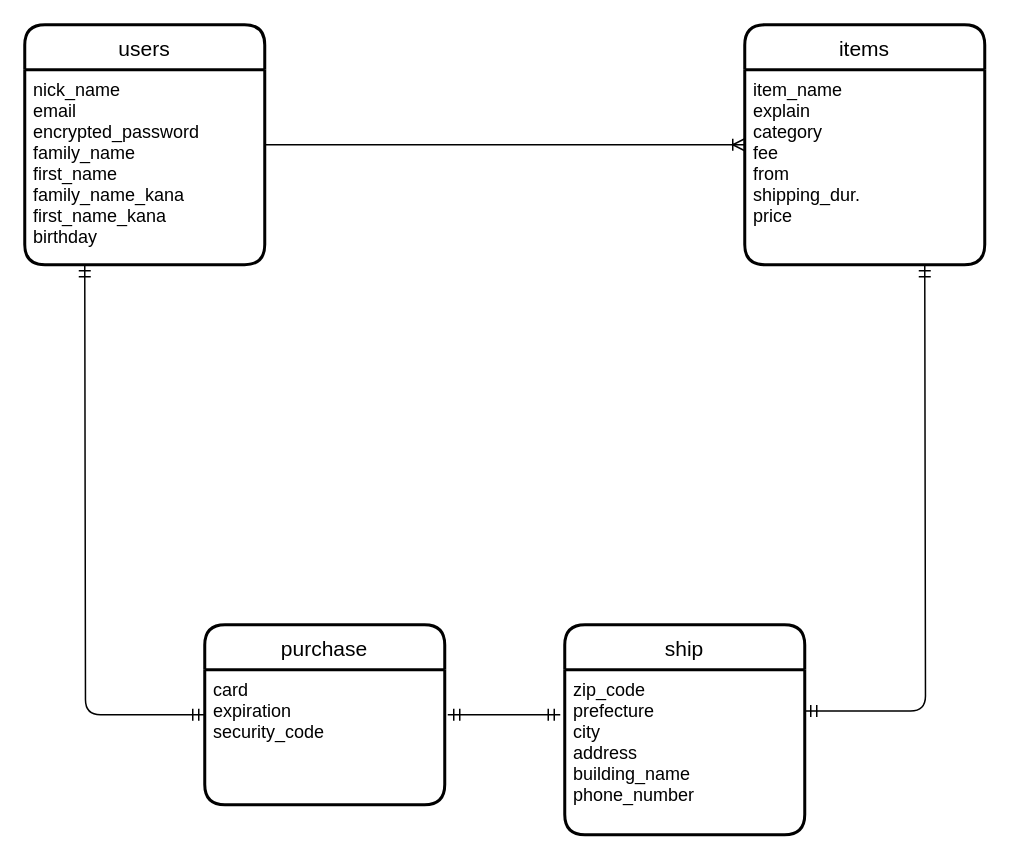
Earlier version of the draw.io diagram ERmap.drawio (MITSURUYAMAZAKI/furima-33064). Source tidied: cells renumbered, new cells numbered last; positions are measured from the earlier drawing's top-left corner, leaving out a move shared by most shapes. Both pictures are drawn from the tidied source at 150%, with x=0, y=0 at pixel (24, 24).
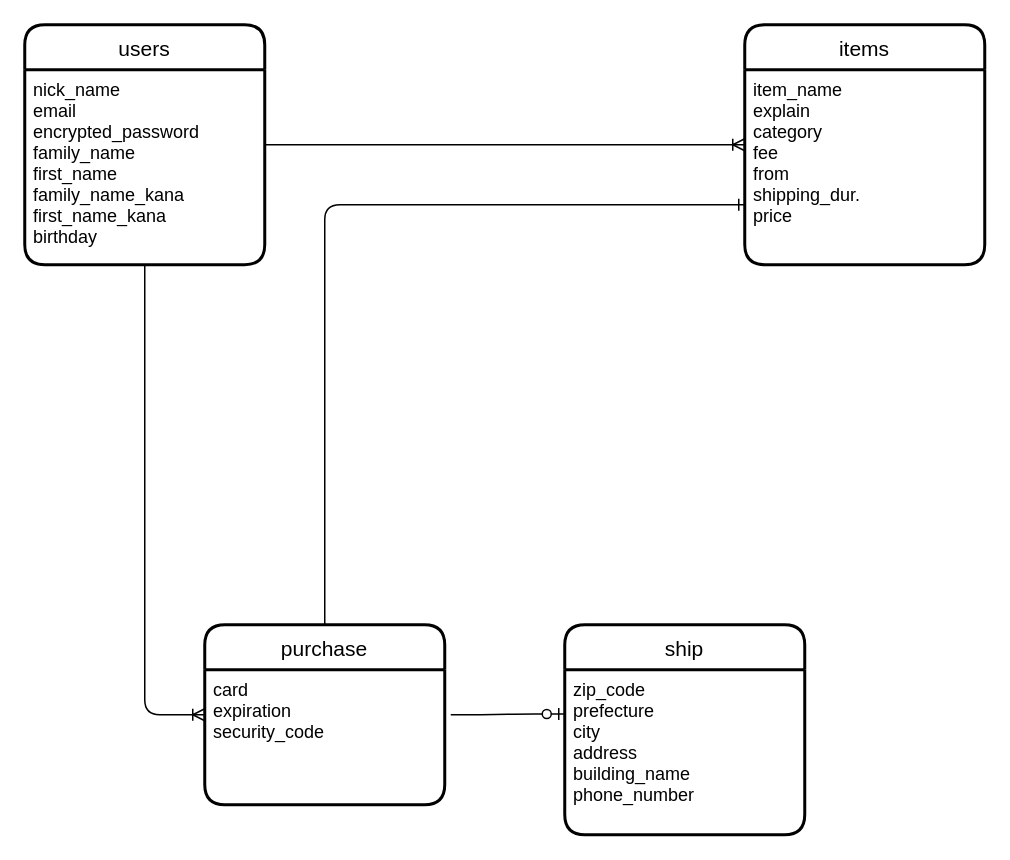
Above is the later version.

Commit message:
データーベースの設計（修正２）

Change to the diagram source:
```diff
@@
 <mxGraphModel>
   <root>
     <mxCell id="0" />
     <mxCell id="1" parent="0" />
     <mxCell id="2" value="users" style="swimlane;horizontal=1;startSize=30;rounded=1;fontSize=14;fontStyle=0;strokeWidth=2;shadow=0;dashed=0;align=center;fillColor=none;gradientColor=none;" parent="1" vertex="1">
       <mxGeometry width="160" height="160" as="geometry" />
     </mxCell>
     <mxCell id="3" value="nick_name&#10;email&#10;encrypted_password&#10;family_name&#10;first_name&#10;family_name_kana&#10;first_name_kana&#10;birthday" style="align=left;strokeColor=none;fillColor=none;spacingLeft=4;fontSize=12;verticalAlign=top;" parent="2" vertex="1">
       <mxGeometry y="30" width="160" height="130" as="geometry" />
     </mxCell>
     <mxCell id="4" value="items" style="swimlane;horizontal=1;startSize=30;rounded=1;fontSize=14;fontStyle=0;strokeWidth=2;shadow=0;dashed=0;align=center;fillColor=none;gradientColor=none;" parent="1" vertex="1">
       <mxGeometry x="480" width="160" height="160" as="geometry" />
     </mxCell>
     <mxCell id="5" value="item_name&#10;explain&#10;category&#10;fee&#10;from&#10;shipping_dur.&#10;price" style="align=left;strokeColor=none;fillColor=none;spacingLeft=4;fontSize=12;verticalAlign=top;" parent="4" vertex="1">
       <mxGeometry y="30" width="160" height="130" as="geometry" />
     </mxCell>
     <mxCell id="6" value="purchase" style="swimlane;horizontal=1;startSize=30;rounded=1;fontSize=14;fontStyle=0;strokeWidth=2;shadow=0;dashed=0;align=center;" parent="1" vertex="1">
       <mxGeometry x="120" y="400" width="160" height="120" as="geometry" />
     </mxCell>
     <mxCell id="7" value="card&#10;expiration&#10;security_code" style="align=left;strokeColor=none;fillColor=none;spacingLeft=4;fontSize=12;verticalAlign=top;" parent="6" vertex="1">
       <mxGeometry y="30" width="160" height="90" as="geometry" />
     </mxCell>
     <mxCell id="8" value="ship" style="swimlane;horizontal=1;startSize=30;rounded=1;fontSize=14;fontStyle=0;strokeWidth=2;shadow=0;dashed=0;align=center;" parent="1" vertex="1">
       <mxGeometry x="360" y="400" width="160" height="140" as="geometry" />
     </mxCell>
     <mxCell id="9" value="zip_code&#10;prefecture&#10;city&#10;address&#10;building_name&#10;phone_number" style="align=left;strokeColor=none;fillColor=none;spacingLeft=4;fontSize=12;verticalAlign=top;" parent="8" vertex="1">
       <mxGeometry y="30" width="160" height="110" as="geometry" />
     </mxCell>
     <mxCell id="10" style="edgeStyle=entityRelationEdgeStyle;fontSize=12;html=1;endArrow=ERoneToMany;entryX=0;entryY=0.5;entryDx=0;entryDy=0;" parent="1" edge="1" target="4">
       <mxGeometry relative="1" as="geometry">
         <mxPoint x="160" y="80" as="sourcePoint" />
       </mxGeometry>
     </mxCell>
-    <mxCell id="11" style="edgeStyle=entityRelationEdgeStyle;fontSize=12;html=1;endArrow=ERmandOne;startArrow=ERmandOne;" parent="1" edge="1">
-      <mxGeometry relative="1" as="geometry">
-        <mxPoint x="282" y="460" as="sourcePoint" />
-        <mxPoint x="357" y="460" as="targetPoint" />
-      </mxGeometry>
-    </mxCell>
-    <mxCell id="12" style="edgeStyle=orthogonalEdgeStyle;fontSize=12;html=1;endArrow=ERmandOne;startArrow=ERmandOne;exitX=0;exitY=0.5;exitDx=0;exitDy=0;" parent="1" edge="1" source="6">
-      <mxGeometry relative="1" as="geometry">
-        <mxPoint x="40" y="160" as="targetPoint" />
-      </mxGeometry>
-    </mxCell>
-    <mxCell id="13" style="edgeStyle=orthogonalEdgeStyle;fontSize=12;html=1;endArrow=ERmandOne;startArrow=ERmandOne;exitX=1;exitY=0.25;exitDx=0;exitDy=0;" parent="1" edge="1" source="9">
-      <mxGeometry relative="1" as="geometry">
-        <mxPoint x="600" y="160" as="targetPoint" />
-      </mxGeometry>
-    </mxCell>
+    <mxCell id="14" style="edgeStyle=entityRelationEdgeStyle;fontSize=12;html=1;endArrow=ERzeroToOne;endFill=1;exitX=1.025;exitY=0.333;exitDx=0;exitDy=0;exitPerimeter=0;" parent="1" edge="1" source="7">
+      <mxGeometry relative="1" as="geometry">
+        <mxPoint x="360" y="459.5" as="targetPoint" />
+      </mxGeometry>
+    </mxCell>
+    <mxCell id="15" style="edgeStyle=orthogonalEdgeStyle;fontSize=12;html=1;endArrow=ERone;endFill=1;entryX=0;entryY=0.75;entryDx=0;entryDy=0;exitX=0.5;exitY=0;exitDx=0;exitDy=0;" parent="1" edge="1" source="6" target="4">
+      <mxGeometry relative="1" as="geometry" />
+    </mxCell>
+    <mxCell id="16" style="edgeStyle=orthogonalEdgeStyle;fontSize=12;html=1;endArrow=ERoneToMany;exitX=0.5;exitY=1;exitDx=0;exitDy=0;entryX=0;entryY=0.5;entryDx=0;entryDy=0;" parent="1" edge="1" source="3" target="6">
+      <mxGeometry relative="1" as="geometry" />
+    </mxCell>
   </root>
 </mxGraphModel>
```
